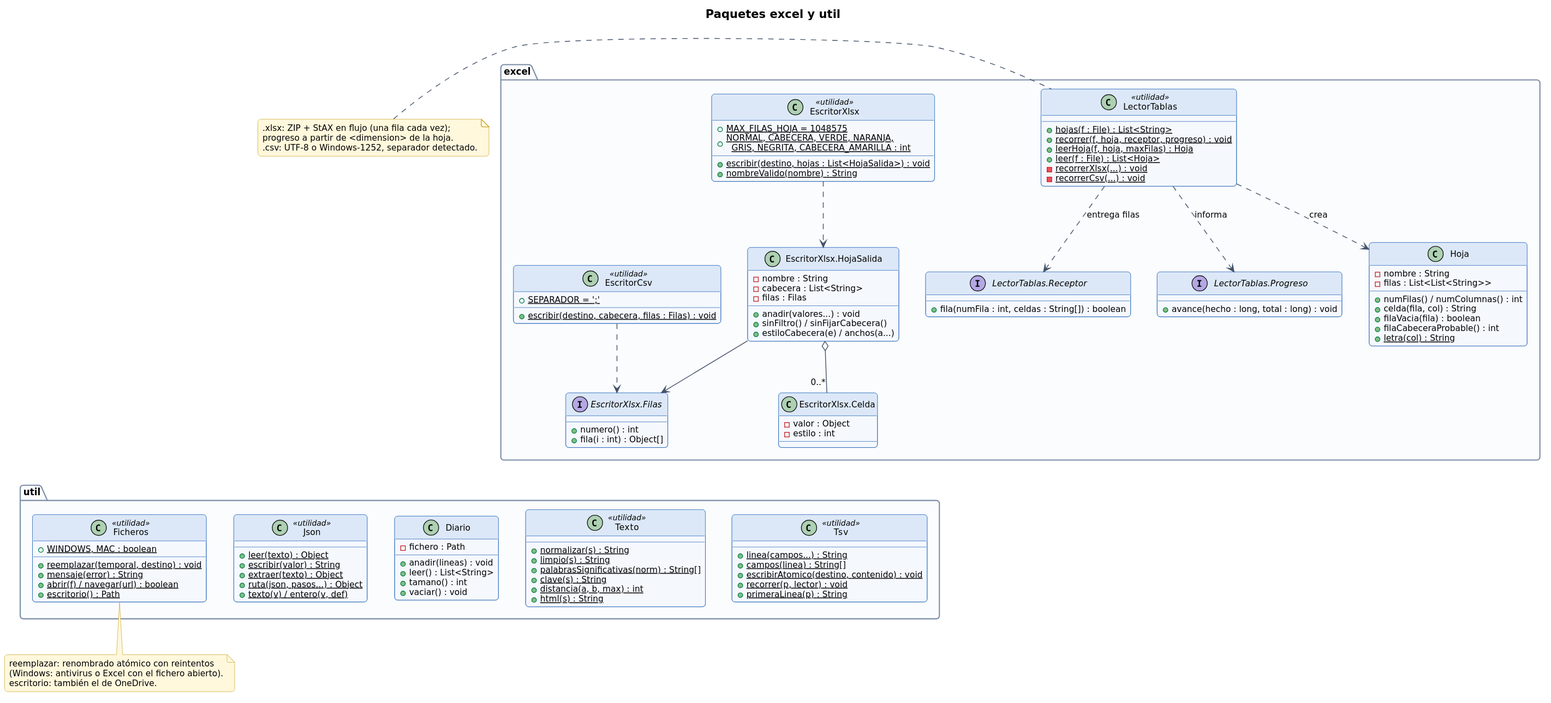
The PlantUML diagram documentacion/diagramas-uml/d06_clases_excel_util.svg in JuanAnanin/catalogador-inventario, before a commit. Source of this version:
```plantuml
@startuml
!include estilo.iuml
title Paquetes excel y util
package excel {
  class LectorTablas <<utilidad>> {
    + {static} hojas(f : File) : List<String>
    + {static} recorrer(f, hoja, receptor, progreso) : void
    + {static} leerHoja(f, hoja, maxFilas) : Hoja
    + {static} leer(f : File) : List<Hoja>
    - {static} recorrerXlsx(...) : void
    - {static} recorrerCsv(...) : void
  }
  interface "LectorTablas.Receptor" as Rec {
    + fila(numFila : int, celdas : String[]) : boolean
  }
  interface "LectorTablas.Progreso" as Pro {
    + avance(hecho : long, total : long) : void
  }
  class Hoja {
    - nombre : String
    - filas : List<List<String>>
    + numFilas() / numColumnas() : int
    + celda(fila, col) : String
    + filaVacia(fila) : boolean
    + filaCabeceraProbable() : int
    + {static} letra(col) : String
  }
  class EscritorXlsx <<utilidad>> {
    + {static} MAX_FILAS_HOJA = 1048575
    + {static} NORMAL, CABECERA, VERDE, NARANJA,\n  GRIS, NEGRITA, CABECERA_AMARILLA : int
    + {static} escribir(destino, hojas : List<HojaSalida>) : void
    + {static} nombreValido(nombre) : String
  }
  interface "EscritorXlsx.Filas" as Filas {
    + numero() : int
    + fila(i : int) : Object[]
  }
  class "EscritorXlsx.HojaSalida" as HS {
    - nombre : String
    - cabecera : List<String>
    - filas : Filas
    + anadir(valores...) : void
    + sinFiltro() / sinFijarCabecera()
    + estiloCabecera(e) / anchos(a...)
  }
  class "EscritorXlsx.Celda" as CE {
    - valor : Object
    - estilo : int
  }
  class EscritorCsv <<utilidad>> {
    + {static} SEPARADOR = ';'
    + {static} escribir(destino, cabecera, filas : Filas) : void
  }
  LectorTablas ..> Rec : entrega filas
  LectorTablas ..> Pro : informa
  LectorTablas ..> Hoja : crea
  EscritorXlsx ..> HS
  HS --> Filas
  HS o-- "0..*" CE
  EscritorCsv ..> Filas
}
package util {
  class Texto <<utilidad>> {
    + {static} normalizar(s) : String
    + {static} limpio(s) : String
    + {static} palabrasSignificativas(norm) : String[]
    + {static} clave(s) : String
    + {static} distancia(a, b, max) : int
    + {static} html(s) : String
  }
  class Tsv <<utilidad>> {
    + {static} linea(campos...) : String
    + {static} campos(linea) : String[]
    + {static} escribirAtomico(destino, contenido) : void
    + {static} recorrer(p, lector) : void
    + {static} primeraLinea(p) : String
  }
  class Diario {
    - fichero : Path
    + anadir(lineas) : void
    + leer() : List<String>
    + tamano() : int
    + vaciar() : void
  }
  class Json <<utilidad>> {
    + {static} leer(texto) : Object
    + {static} escribir(valor) : String
    + {static} extraer(texto) : Object
    + {static} ruta(json, pasos...) : Object
    + {static} texto(v) / entero(v, def)
  }
  class Ficheros <<utilidad>> {
    + {static} WINDOWS, MAC : boolean
    + {static} reemplazar(temporal, destino) : void
    + {static} mensaje(error) : String
    + {static} abrir(f) / navegar(url) : boolean
    + {static} escritorio() : Path
  }
}
Filas -[hidden]down- Texto
CE -[hidden]down- Tsv
note bottom of Ficheros
  reemplazar: renombrado atómico con reintentos
  (Windows: antivirus o Excel con el fichero abierto).
  escritorio: también el de OneDrive.
end note
note left of LectorTablas
  .xlsx: ZIP + StAX en flujo (una fila cada vez);
  progreso a partir de <dimension> de la hoja.
  .csv: UTF-8 o Windows-1252, separador detectado.
end note
@enduml
```
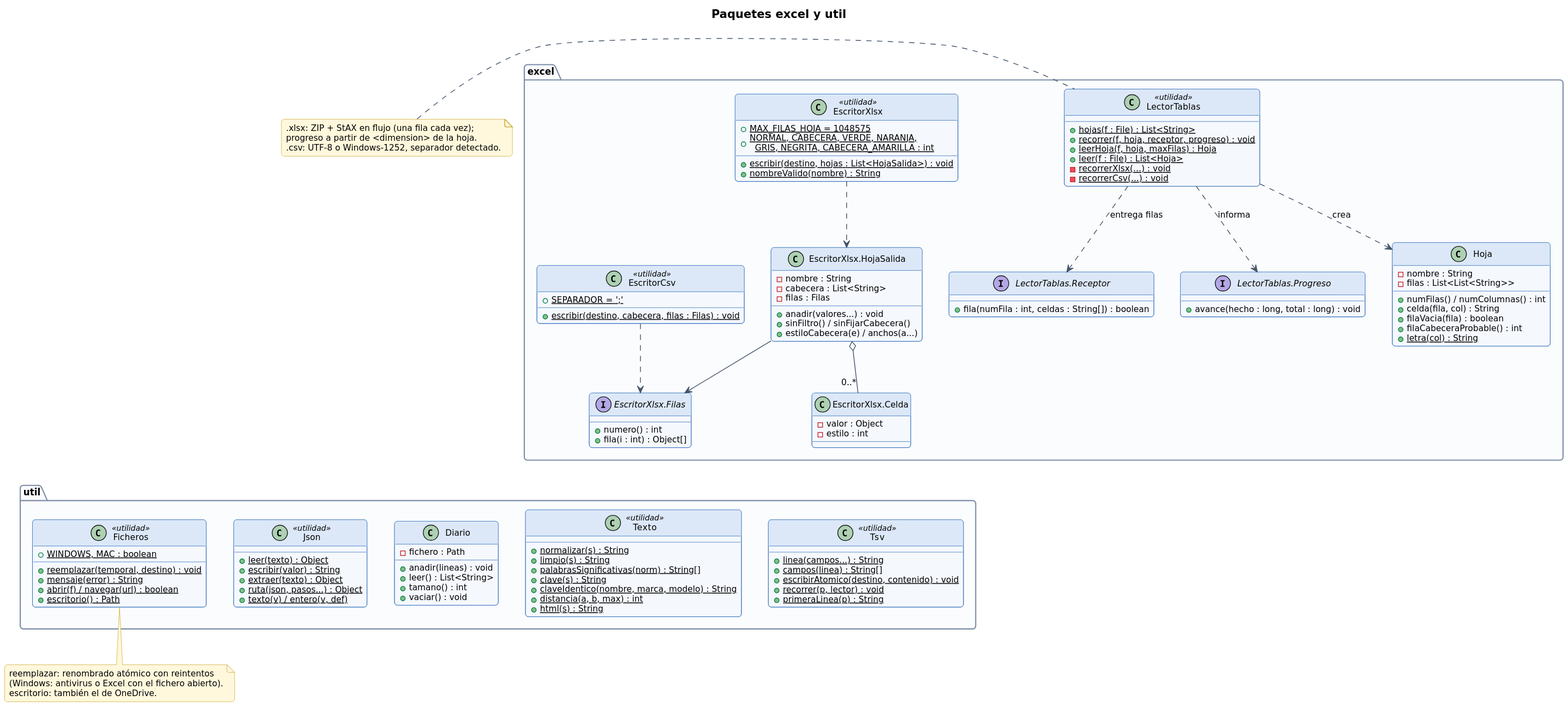
After the commit.

Diff of the diagram source:
```diff
@@ -65,6 +65,7 @@
     + {static} limpio(s) : String
     + {static} palabrasSignificativas(norm) : String[]
     + {static} clave(s) : String
+    + {static} claveIdentico(nombre, marca, modelo) : String
     + {static} distancia(a, b, max) : int
     + {static} html(s) : String
   }
```
